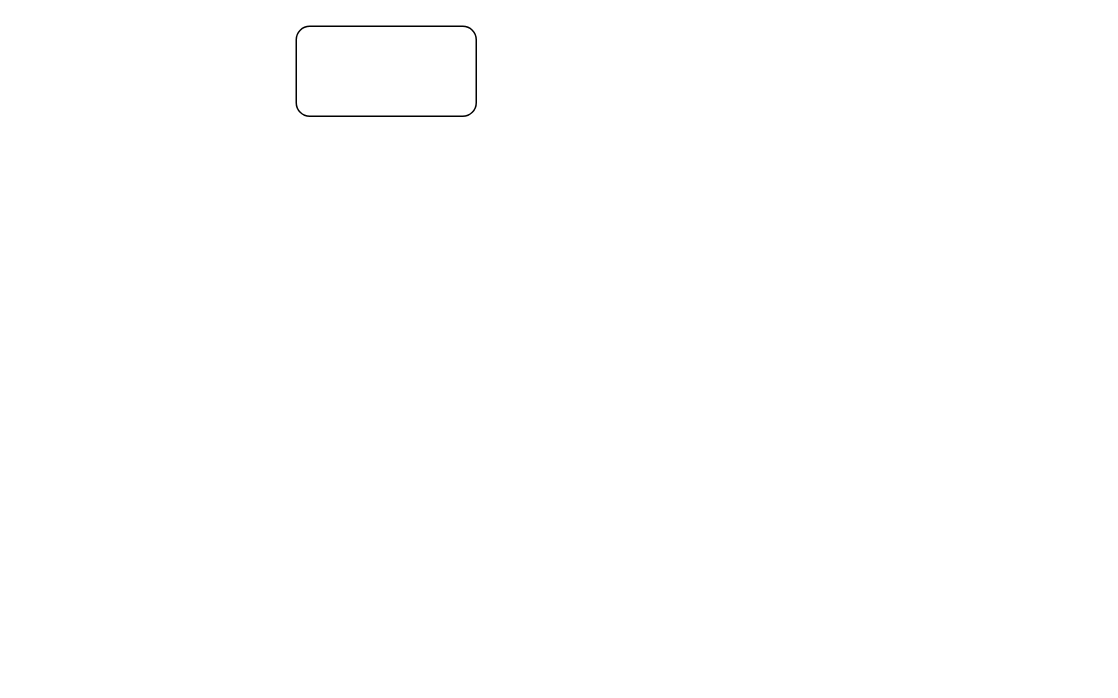
Earlier version of the draw.io diagram h/w1.drawio (fyxzzx/wo2). Source tidied: cells renumbered, new cells numbered last; positions are measured from the earlier drawing's top-left corner, leaving out a move shared by most shapes. Both pictures are drawn from the tidied source at 150%, with x=0, y=0 at pixel (296, 26).
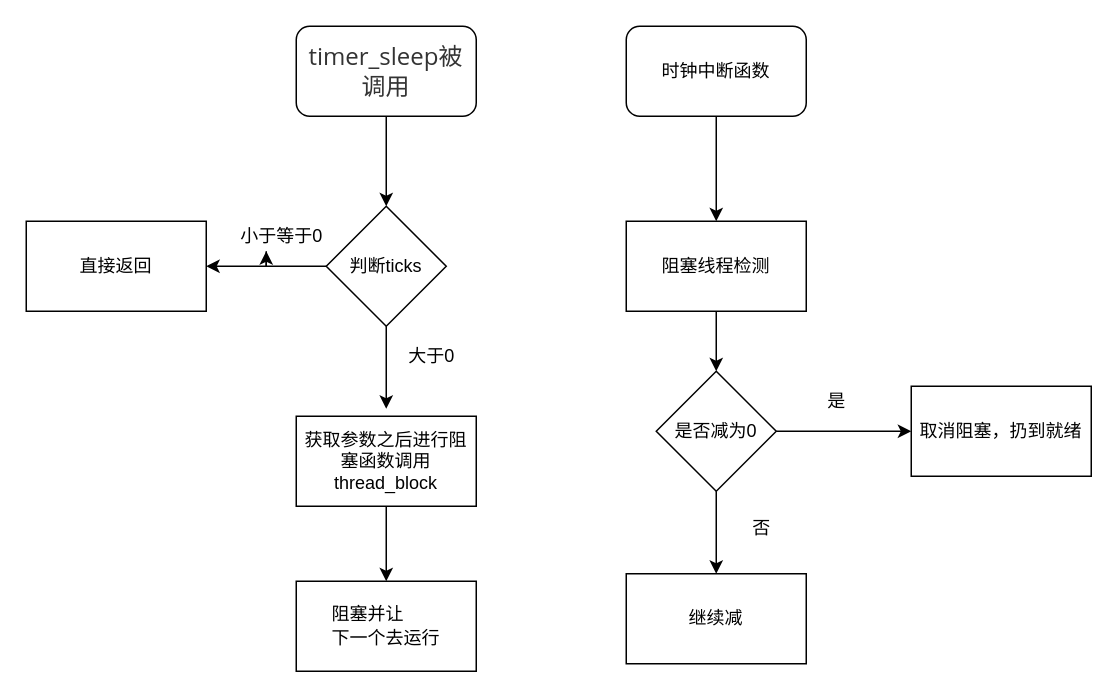
The same diagram, later.

The edit, as a diff of the source:
```diff
@@
-    <mxCell id="2" style="rounded=1;whiteSpace=wrap;html=1;" parent="1" vertex="1">
+    <mxCell id="2" value="&lt;span style=&quot;color: rgb(51 , 51 , 51) ; font-family: &amp;#34;open sans&amp;#34; , &amp;#34;clear sans&amp;#34; , &amp;#34;helvetica neue&amp;#34; , &amp;#34;helvetica&amp;#34; , &amp;#34;arial&amp;#34; , sans-serif ; font-size: 16px ; text-align: left ; background-color: rgb(255 , 255 , 255)&quot;&gt;timer_sleep被调用&lt;/span&gt;" style="rounded=1;whiteSpace=wrap;html=1;" parent="1" vertex="1">
       <mxGeometry width="120" height="60" as="geometry" />
     </mxCell>
+    <mxCell id="3" style="edgeStyle=orthogonalEdgeStyle;rounded=0;jettySize=auto;html=1;" parent="1" edge="1" source="4" target="12">
+      <mxGeometry relative="1" as="geometry" />
+    </mxCell>
+    <mxCell id="4" value="时钟中断函数" style="rounded=1;whiteSpace=wrap;html=1;" parent="1" vertex="1">
+      <mxGeometry x="220" width="120" height="60" as="geometry" />
+    </mxCell>
+    <mxCell id="5" style="edgeStyle=orthogonalEdgeStyle;rounded=0;jettySize=auto;html=1;" parent="1" edge="1" source="20" target="7">
+      <mxGeometry relative="1" as="geometry">
+        <Array as="points">
+          <mxPoint x="-20" y="160" />
+        </Array>
+      </mxGeometry>
+    </mxCell>
+    <mxCell id="6" value="判断ticks" style="rhombus;whiteSpace=wrap;html=1;" parent="1" vertex="1">
+      <mxGeometry x="20" y="120" width="80" height="80" as="geometry" />
+    </mxCell>
+    <mxCell id="7" value="直接返回" style="rounded=0;whiteSpace=wrap;html=1;" parent="1" vertex="1">
+      <mxGeometry x="-180" y="130" width="120" height="60" as="geometry" />
+    </mxCell>
+    <mxCell id="8" style="edgeStyle=orthogonalEdgeStyle;rounded=0;jettySize=auto;html=1;" parent="1" edge="1" source="9" target="10">
+      <mxGeometry relative="1" as="geometry" />
+    </mxCell>
+    <mxCell id="9" value="&lt;span&gt;获取参数之后进行阻塞函数调用thread_block&lt;/span&gt;" style="rounded=0;whiteSpace=wrap;html=1;" parent="1" vertex="1">
+      <mxGeometry y="260" width="120" height="60" as="geometry" />
+    </mxCell>
+    <mxCell id="10" value="&lt;pre style=&quot;margin-top: 0px ; margin-bottom: 0px ; padding: 0px ; overflow: auto ; overflow-wrap: break-word ; text-align: left&quot;&gt;&lt;span style=&quot;font-family: &amp;#34;helvetica&amp;#34;&quot;&gt;阻塞并让&lt;/span&gt;&lt;/pre&gt;&lt;pre style=&quot;margin-top: 0px ; margin-bottom: 0px ; padding: 0px ; overflow: auto ; overflow-wrap: break-word ; text-align: left&quot;&gt;&lt;span style=&quot;font-family: &amp;#34;helvetica&amp;#34;&quot;&gt;下一个去运行&lt;/span&gt;&lt;br&gt;&lt;/pre&gt;" style="rounded=0;whiteSpace=wrap;html=1;" parent="1" vertex="1">
+      <mxGeometry y="370" width="120" height="60" as="geometry" />
+    </mxCell>
+    <mxCell id="11" style="edgeStyle=orthogonalEdgeStyle;rounded=0;jettySize=auto;html=1;" parent="1" edge="1" source="12" target="16">
+      <mxGeometry relative="1" as="geometry" />
+    </mxCell>
+    <mxCell id="12" value="阻塞线程检测" style="rounded=0;whiteSpace=wrap;html=1;" parent="1" vertex="1">
+      <mxGeometry x="220" y="130" width="120" height="60" as="geometry" />
+    </mxCell>
+    <mxCell id="13" value="继续减" style="rounded=0;whiteSpace=wrap;html=1;" parent="1" vertex="1">
+      <mxGeometry x="220" y="365" width="120" height="60" as="geometry" />
+    </mxCell>
+    <mxCell id="14" style="edgeStyle=orthogonalEdgeStyle;rounded=0;jettySize=auto;html=1;" parent="1" edge="1" source="16" target="17">
+      <mxGeometry relative="1" as="geometry" />
+    </mxCell>
+    <mxCell id="15" style="edgeStyle=orthogonalEdgeStyle;rounded=0;jettySize=auto;html=1;" parent="1" edge="1" source="16" target="13">
+      <mxGeometry relative="1" as="geometry" />
+    </mxCell>
+    <mxCell id="16" value="是否减为0" style="rhombus;whiteSpace=wrap;html=1;" parent="1" vertex="1">
+      <mxGeometry x="240" y="230" width="80" height="80" as="geometry" />
+    </mxCell>
+    <mxCell id="17" value="取消阻塞，扔到就绪" style="rounded=0;whiteSpace=wrap;html=1;" parent="1" vertex="1">
+      <mxGeometry x="410" y="240" width="120" height="60" as="geometry" />
+    </mxCell>
+    <mxCell id="18" style="endArrow=classic;html=1;entryX=0.5;entryY=0;entryDx=0;entryDy=0;" parent="1" edge="1" source="2" target="6">
+      <mxGeometry relative="1" as="geometry" />
+    </mxCell>
+    <mxCell id="19" style="endArrow=classic;html=1;exitX=0.5;exitY=1;exitDx=0;exitDy=0;" parent="1" edge="1" source="6">
+      <mxGeometry relative="1" as="geometry">
+        <mxPoint x="60" y="255" as="targetPoint" />
+      </mxGeometry>
+    </mxCell>
+    <mxCell id="20" value="小于等于0" style="text;html=1;align=center;verticalAlign=middle;points=[];fillColor=none;strokeColor=none;rounded=0;" parent="1" vertex="1">
+      <mxGeometry x="-45" y="130" width="70" height="20" as="geometry" />
+    </mxCell>
+    <mxCell id="21" style="edgeStyle=orthogonalEdgeStyle;rounded=0;jettySize=auto;html=1;" parent="1" edge="1" source="6" target="20">
+      <mxGeometry relative="1" as="geometry">
+        <Array as="points">
+          <mxPoint x="-20" y="160" />
+        </Array>
+      </mxGeometry>
+    </mxCell>
+    <mxCell id="22" value="大于0" style="text;html=1;align=center;verticalAlign=middle;fillColor=none;strokeColor=none;rounded=0;" parent="1" vertex="1">
+      <mxGeometry x="65" y="210" width="50" height="20" as="geometry" />
+    </mxCell>
+    <mxCell id="23" value="否" style="text;html=1;align=center;verticalAlign=middle;fillColor=none;strokeColor=none;rounded=0;" parent="1" vertex="1">
+      <mxGeometry x="295" y="325" width="30" height="20" as="geometry" />
+    </mxCell>
+    <mxCell id="24" value="是" style="text;html=1;align=center;verticalAlign=middle;fillColor=none;strokeColor=none;rounded=0;" parent="1" vertex="1">
+      <mxGeometry x="345" y="240" width="30" height="20" as="geometry" />
+    </mxCell>
```
